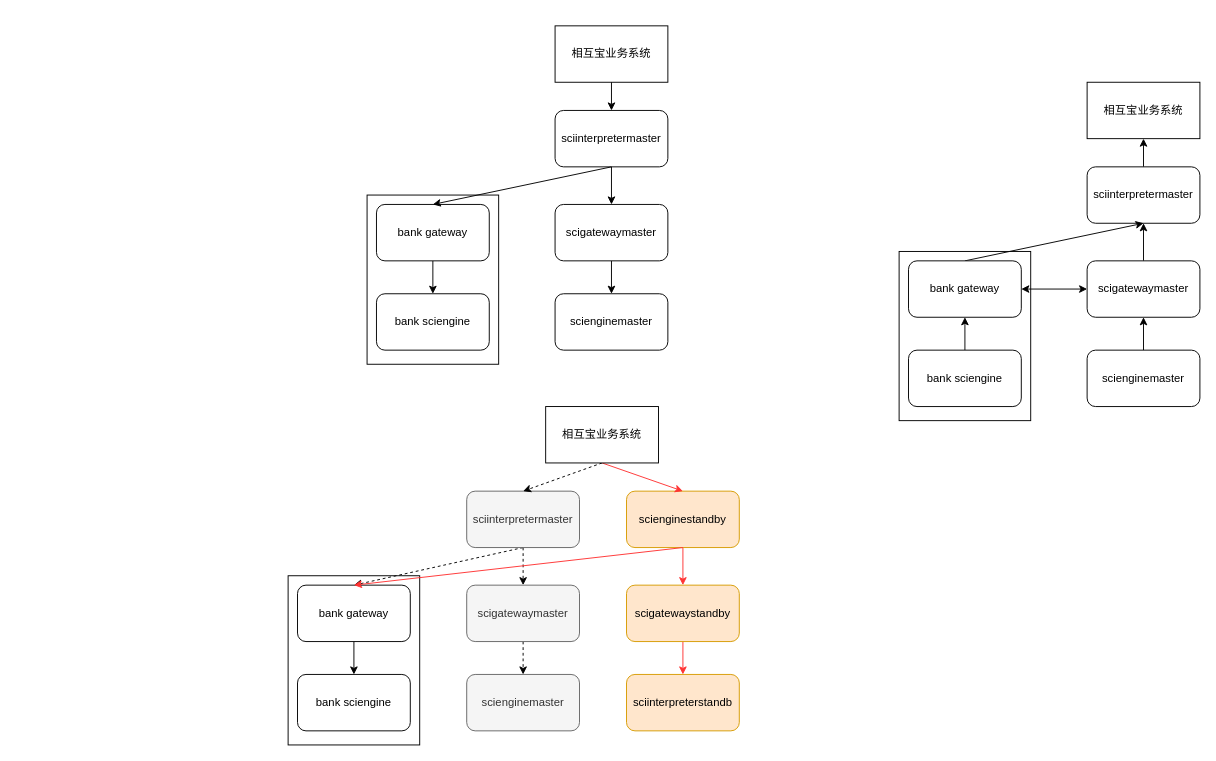
The draw.io diagram page "第 5 页" (5 of 5) of deployment.drawio in chlq1128/Mycode, before the edit. Source tidied: cells renumbered, new cells numbered last; positions are measured from the earlier drawing's top-left corner, leaving out a move shared by most shapes. Both pictures are drawn from the tidied source at 94%, with x=0, y=0 at pixel (288, 25).
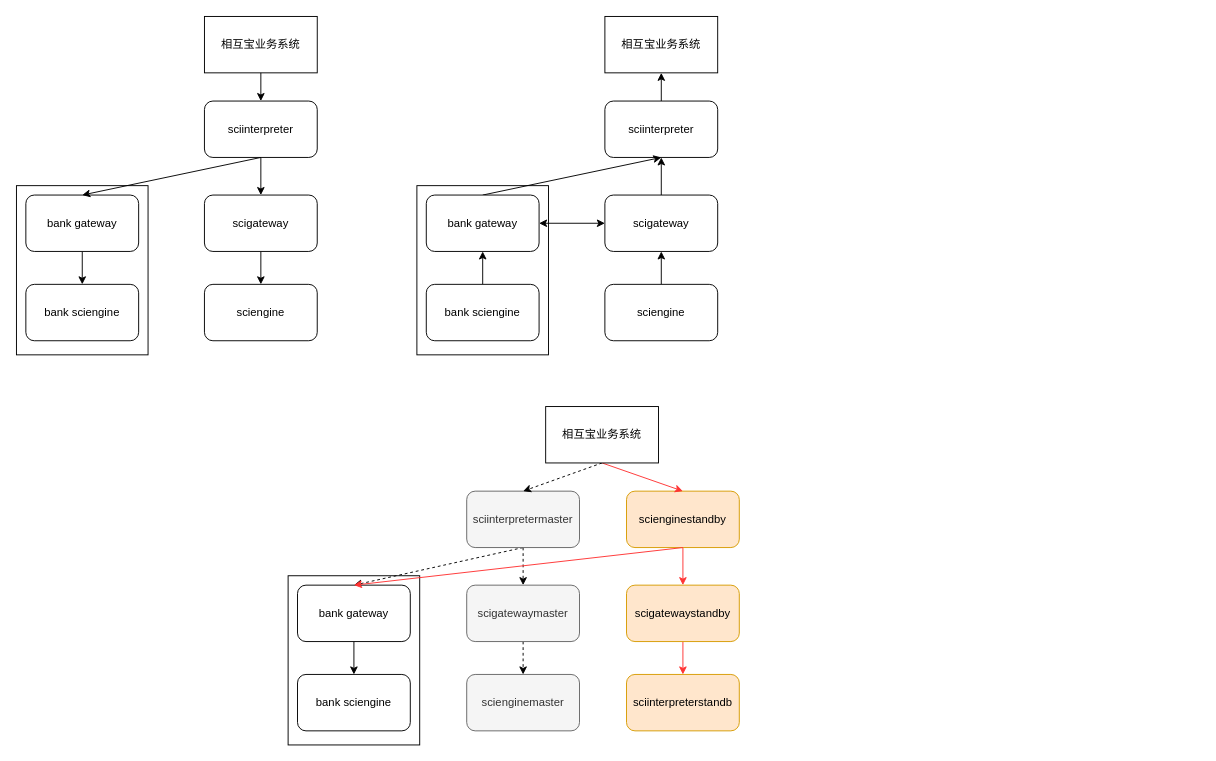
The same diagram, later.

The edit, as a diff of the source:
```diff
@@
     <mxCell id="3" style="rounded=0;whiteSpace=wrap;html=1;" parent="1" vertex="1">
-      <mxGeometry x="650" y="240" width="140" height="180" as="geometry" />
+      <mxGeometry x="137" y="170" width="140" height="180" as="geometry" />
     </mxCell>
     <mxCell id="4" style="rounded=0;whiteSpace=wrap;html=1;" parent="1" vertex="1">
-      <mxGeometry x="84" y="180" width="140" height="180" as="geometry" />
+      <mxGeometry x="-289" y="170" width="140" height="180" as="geometry" />
     </mxCell>
@@
-    <mxCell id="7" value="scienginemaster" style="rounded=1;whiteSpace=wrap;html=1;" parent="1" vertex="1">
-      <mxGeometry x="284" y="285" width="120" height="60" as="geometry" />
+    <mxCell id="7" value="sciengine" style="rounded=1;whiteSpace=wrap;html=1;" parent="1" vertex="1">
+      <mxGeometry x="-89" y="275" width="120" height="60" as="geometry" />
     </mxCell>
@@
-    <mxCell id="11" value="sciinterpretermaster" style="rounded=1;whiteSpace=wrap;html=1;" parent="1" vertex="1">
-      <mxGeometry x="284" y="90" width="120" height="60" as="geometry" />
+    <mxCell id="11" value="sciinterpreter" style="rounded=1;whiteSpace=wrap;html=1;" parent="1" vertex="1">
+      <mxGeometry x="-89" y="80" width="120" height="60" as="geometry" />
     </mxCell>
@@
-    <mxCell id="14" value="scigatewaymaster" style="rounded=1;whiteSpace=wrap;html=1;" parent="1" vertex="1">
-      <mxGeometry x="284" y="190" width="120" height="60" as="geometry" />
+    <mxCell id="14" value="scigateway" style="rounded=1;whiteSpace=wrap;html=1;" parent="1" vertex="1">
+      <mxGeometry x="-89" y="180" width="120" height="60" as="geometry" />
     </mxCell>
     <mxCell id="15" style="endArrow=classic;html=1;entryX=0.5;entryY=0;entryDx=0;entryDy=0;" parent="1" edge="1" target="11">
       <mxGeometry relative="1" as="geometry">
-        <mxPoint x="344" y="20" as="sourcePoint" />
+        <mxPoint x="-29" y="10" as="sourcePoint" />
       </mxGeometry>
     </mxCell>
     <mxCell id="16" value="相互宝业务系统" style="rounded=0;whiteSpace=wrap;html=1;" parent="1" vertex="1">
-      <mxGeometry x="284" width="120" height="60" as="geometry" />
+      <mxGeometry x="-89" y="-10" width="120" height="60" as="geometry" />
     </mxCell>
     <mxCell id="17" value="bank sciengine" style="rounded=1;whiteSpace=wrap;html=1;" parent="1" vertex="1">
-      <mxGeometry x="94" y="285" width="120" height="60" as="geometry" />
+      <mxGeometry x="-279" y="275" width="120" height="60" as="geometry" />
     </mxCell>
@@
     <mxCell id="19" value="bank gateway" style="rounded=1;whiteSpace=wrap;html=1;" parent="1" vertex="1">
-      <mxGeometry x="94" y="190" width="120" height="60" as="geometry" />
+      <mxGeometry x="-279" y="180" width="120" height="60" as="geometry" />
     </mxCell>
@@
-    <mxCell id="21" value="scienginemaster" style="rounded=1;whiteSpace=wrap;html=1;" parent="1" vertex="1">
-      <mxGeometry x="850" y="345" width="120" height="60" as="geometry" />
+    <mxCell id="21" value="sciengine" style="rounded=1;whiteSpace=wrap;html=1;" parent="1" vertex="1">
+      <mxGeometry x="337" y="275" width="120" height="60" as="geometry" />
     </mxCell>
@@
-    <mxCell id="23" value="sciinterpretermaster" style="rounded=1;whiteSpace=wrap;html=1;" parent="1" vertex="1">
-      <mxGeometry x="850" y="150" width="120" height="60" as="geometry" />
+    <mxCell id="23" value="sciinterpreter" style="rounded=1;whiteSpace=wrap;html=1;" parent="1" vertex="1">
+      <mxGeometry x="337" y="80" width="120" height="60" as="geometry" />
     </mxCell>
@@
-    <mxCell id="25" value="scigatewaymaster" style="rounded=1;whiteSpace=wrap;html=1;" parent="1" vertex="1">
-      <mxGeometry x="850" y="250" width="120" height="60" as="geometry" />
+    <mxCell id="25" value="scigateway" style="rounded=1;whiteSpace=wrap;html=1;" parent="1" vertex="1">
+      <mxGeometry x="337" y="180" width="120" height="60" as="geometry" />
     </mxCell>
     <mxCell id="26" value="相互宝业务系统" style="rounded=0;whiteSpace=wrap;html=1;" parent="1" vertex="1">
-      <mxGeometry x="850" y="60" width="120" height="60" as="geometry" />
+      <mxGeometry x="337" y="-10" width="120" height="60" as="geometry" />
     </mxCell>
@@
     <mxCell id="28" value="bank sciengine" style="rounded=1;whiteSpace=wrap;html=1;" parent="1" vertex="1">
-      <mxGeometry x="660" y="345" width="120" height="60" as="geometry" />
+      <mxGeometry x="147" y="275" width="120" height="60" as="geometry" />
     </mxCell>
@@
     <mxCell id="31" value="bank gateway" style="rounded=1;whiteSpace=wrap;html=1;" parent="1" vertex="1">
-      <mxGeometry x="660" y="250" width="120" height="60" as="geometry" />
+      <mxGeometry x="147" y="180" width="120" height="60" as="geometry" />
     </mxCell>
```
